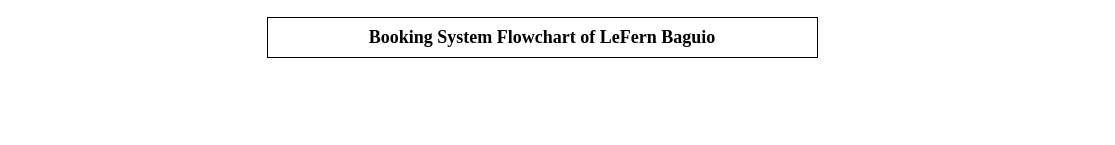
This is CC13/LeFernSystemFlowchartUpdated.drawio from doyaoencab/draw.io, a draw.io file, before an edit. Source tidied: cells renumbered, new cells numbered last; positions are measured from the earlier drawing's top-left corner, leaving out a move shared by most shapes. Both pictures are drawn from the tidied source at 100%, with x=0, y=0 at pixel (267, 17).
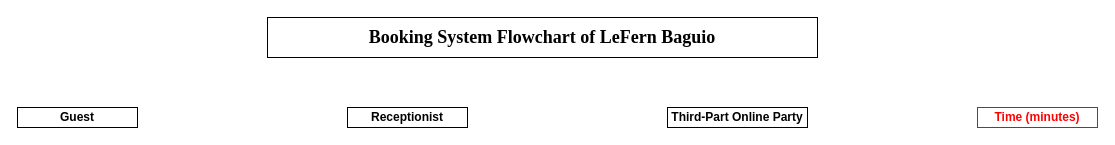
Above is the later version.

Diff of the diagram source:
```diff
@@
 <mxGraphModel>
   <root>
     <mxCell id="0" />
     <mxCell id="1" parent="0" />
     <mxCell id="2" value="&lt;b style=&quot;font-family: &amp;quot;Times New Roman&amp;quot;; text-wrap-mode: nowrap;&quot;&gt;&lt;font style=&quot;font-size: 18px;&quot;&gt;Booking System Flowchart of LeFern Baguio&lt;/font&gt;&lt;/b&gt;" style="whiteSpace=wrap;html=1;" parent="1" vertex="1">
       <mxGeometry width="550" height="40" as="geometry" />
     </mxCell>
+    <mxCell id="3" value="&lt;b&gt;Guest&lt;/b&gt;" style="whiteSpace=wrap;html=1;" parent="1" vertex="1">
+      <mxGeometry x="-250" y="90" width="120" height="20" as="geometry" />
+    </mxCell>
+    <mxCell id="4" value="&lt;b&gt;&lt;font style=&quot;color: light-dark(rgb(255, 0, 0), rgb(237, 237, 237));&quot;&gt;Time (minutes)&lt;/font&gt;&lt;/b&gt;" style="whiteSpace=wrap;html=1;strokeColor=light-dark(#ff0000, #ededed);" parent="1" vertex="1">
+      <mxGeometry x="710" y="90" width="120" height="20" as="geometry" />
+    </mxCell>
+    <mxCell id="5" value="&lt;b&gt;Receptionist&lt;/b&gt;" style="whiteSpace=wrap;html=1;" parent="1" vertex="1">
+      <mxGeometry x="80" y="90" width="120" height="20" as="geometry" />
+    </mxCell>
+    <mxCell id="6" value="&lt;b&gt;Third-Part Online Party&lt;/b&gt;" style="whiteSpace=wrap;html=1;" parent="1" vertex="1">
+      <mxGeometry x="400" y="90" width="140" height="20" as="geometry" />
+    </mxCell>
   </root>
 </mxGraphModel>
```
